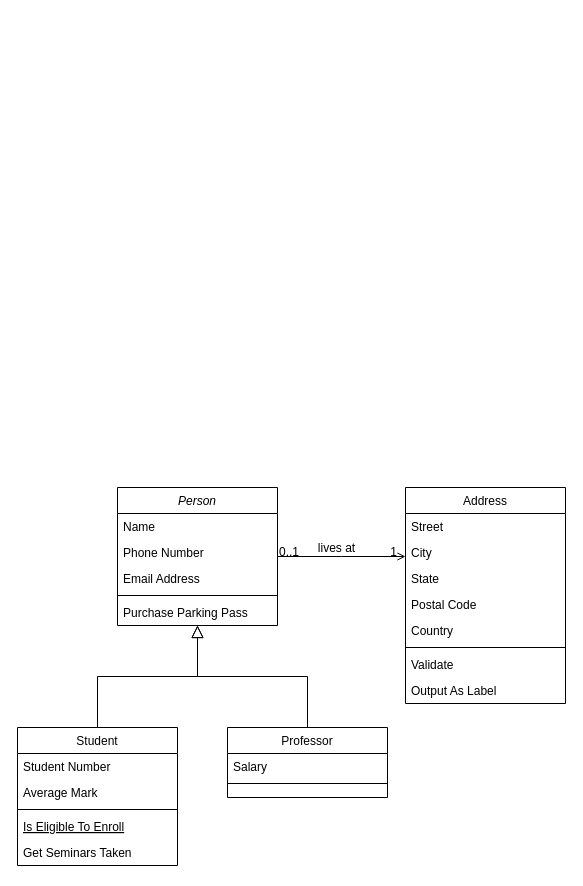
AkiraZheng/diagrams keeps this draw.io diagram as 设计模式学习.drawio. Above is the earlier version. Source tidied: cells renumbered, new cells numbered last; positions are measured from the earlier drawing's top-left corner, leaving out a move shared by most shapes. Both pictures are drawn from the tidied source at 100%, with x=0, y=0 at pixel (17, 487).
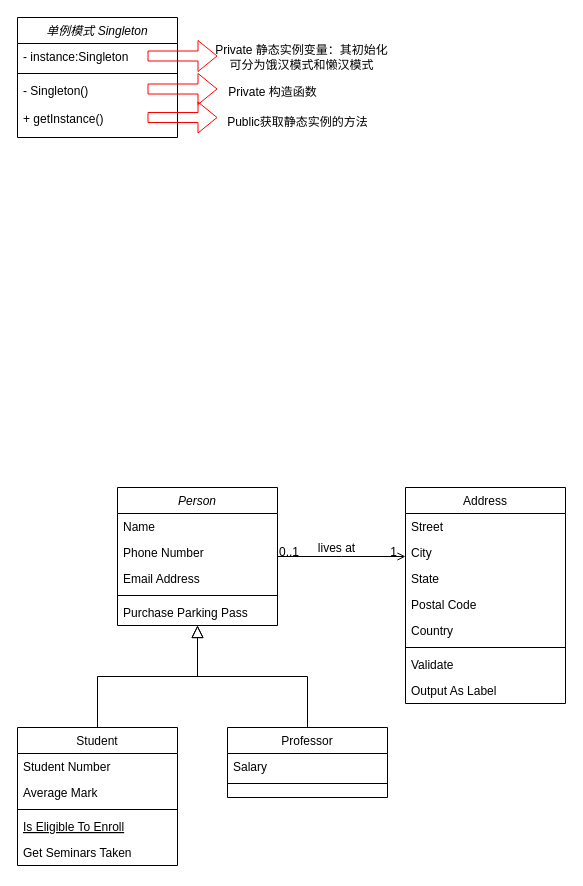
The same diagram, later.

Commit message:
更新设计模式学习.drawio

Change to the diagram source:
```diff
@@
+    <mxCell id="32" value="单例模式 Singleton" style="swimlane;fontStyle=2;align=center;verticalAlign=top;horizontal=1;startSize=26;rounded=0;shadow=0;strokeWidth=1;" parent="1" vertex="1">
+      <mxGeometry y="-470" width="160" height="120" as="geometry" />
+    </mxCell>
+    <mxCell id="33" value="- instance:Singleton" style="text;align=left;verticalAlign=top;spacingLeft=4;spacingRight=4;overflow=hidden;" parent="32" vertex="1">
+      <mxGeometry y="26" width="160" height="26" as="geometry" />
+    </mxCell>
+    <mxCell id="34" style="shape=flexArrow;endArrow=classic;html=1;rounded=0;strokeColor=#FF0000;" parent="32" edge="1">
+      <mxGeometry relative="1" as="geometry">
+        <mxPoint x="130" y="38.5" as="sourcePoint" />
+        <mxPoint x="200" y="38.5" as="targetPoint" />
+      </mxGeometry>
+    </mxCell>
+    <mxCell id="35" style="line;html=1;strokeWidth=1;align=left;verticalAlign=middle;spacingTop=-1;spacingLeft=3;spacingRight=3;labelPosition=right;" parent="32" vertex="1">
+      <mxGeometry y="52" width="160" height="8" as="geometry" />
+    </mxCell>
+    <mxCell id="36" value="- Singleton()&#10;" style="text;align=left;verticalAlign=top;spacingLeft=4;spacingRight=4;overflow=hidden;" parent="32" vertex="1">
+      <mxGeometry y="60" width="160" height="28" as="geometry" />
+    </mxCell>
+    <mxCell id="37" value="+ getInstance()" style="text;align=left;verticalAlign=top;spacingLeft=4;spacingRight=4;overflow=hidden;rounded=0;shadow=0;html=0;" parent="32" vertex="1">
+      <mxGeometry y="88" width="160" height="26" as="geometry" />
+    </mxCell>
+    <mxCell id="38" value="Private 静态实例变量：其初始化&lt;br&gt;可分为饿汉模式和懒汉模式" style="text;html=1;align=center;verticalAlign=middle;strokeColor=none;fillColor=none;" parent="1" vertex="1">
+      <mxGeometry x="184" y="-450" width="200" height="40" as="geometry" />
+    </mxCell>
+    <mxCell id="39" style="shape=flexArrow;endArrow=classic;html=1;rounded=0;strokeColor=#FF0000;" parent="1" edge="1">
+      <mxGeometry relative="1" as="geometry">
+        <mxPoint x="130" y="-398.5" as="sourcePoint" />
+        <mxPoint x="200" y="-398.5" as="targetPoint" />
+      </mxGeometry>
+    </mxCell>
+    <mxCell id="40" style="shape=flexArrow;endArrow=classic;html=1;rounded=0;strokeColor=#FF0000;" parent="1" edge="1">
+      <mxGeometry relative="1" as="geometry">
+        <mxPoint x="130" y="-370" as="sourcePoint" />
+        <mxPoint x="200" y="-370" as="targetPoint" />
+      </mxGeometry>
+    </mxCell>
+    <mxCell id="41" value="Private 构造函数" style="text;html=1;align=center;verticalAlign=middle;strokeColor=none;fillColor=none;" parent="1" vertex="1">
+      <mxGeometry x="200" y="-410" width="110" height="30" as="geometry" />
+    </mxCell>
+    <mxCell id="42" value="Public获取静态实例的方法" style="text;html=1;align=center;verticalAlign=middle;strokeColor=none;fillColor=none;" parent="1" vertex="1">
+      <mxGeometry x="200" y="-380" width="160" height="30" as="geometry" />
+    </mxCell>
```
